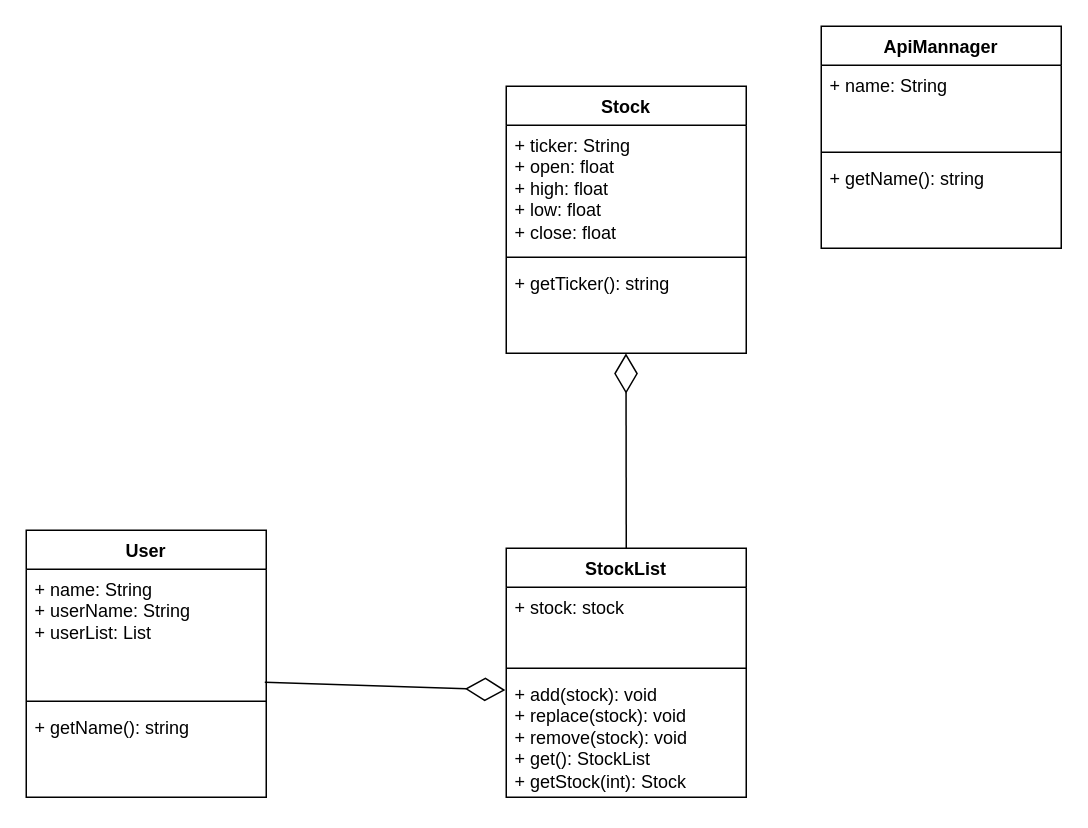
This is UML.drawio from Ian-Nelson01/480_Repo, a draw.io file, before an edit. Source tidied: cells renumbered, new cells numbered last; positions are measured from the earlier drawing's top-left corner, leaving out a move shared by most shapes. Both pictures are drawn from the tidied source at 150%, with x=0, y=0 at pixel (26, 26).
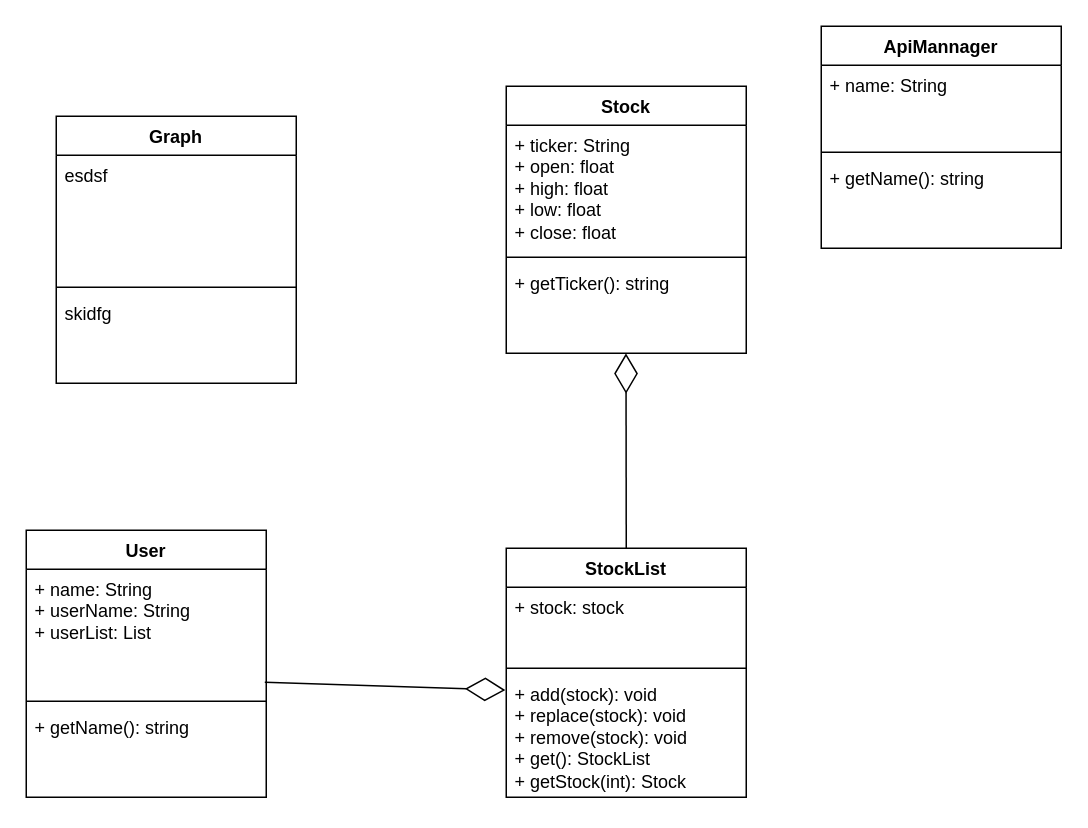
After the change.

The edit, as a diff of the source:
```diff
@@
+    <mxCell id="20" value="Graph" style="swimlane;fontStyle=1;align=center;verticalAlign=top;horizontal=1;startSize=26;whiteSpace=wrap;html=1;" parent="1" vertex="1">
+      <mxGeometry x="20" y="60" width="160" height="178" as="geometry" />
+    </mxCell>
+    <mxCell id="21" value="esdsf" style="text;strokeColor=none;fillColor=none;align=left;verticalAlign=top;spacingLeft=4;spacingRight=4;overflow=hidden;whiteSpace=wrap;html=1;" parent="20" vertex="1">
+      <mxGeometry y="26" width="160" height="84" as="geometry" />
+    </mxCell>
+    <mxCell id="22" style="line;strokeWidth=1;fillColor=none;align=left;verticalAlign=middle;spacingTop=-1;spacingLeft=3;spacingRight=3;labelPosition=right;strokeColor=inherit;" parent="20" vertex="1">
+      <mxGeometry y="110" width="160" height="8" as="geometry" />
+    </mxCell>
+    <mxCell id="23" value="skidfg" style="text;strokeColor=none;fillColor=none;align=left;verticalAlign=top;spacingLeft=4;spacingRight=4;overflow=hidden;whiteSpace=wrap;html=1;" parent="20" vertex="1">
+      <mxGeometry y="118" width="160" height="60" as="geometry" />
+    </mxCell>
```
